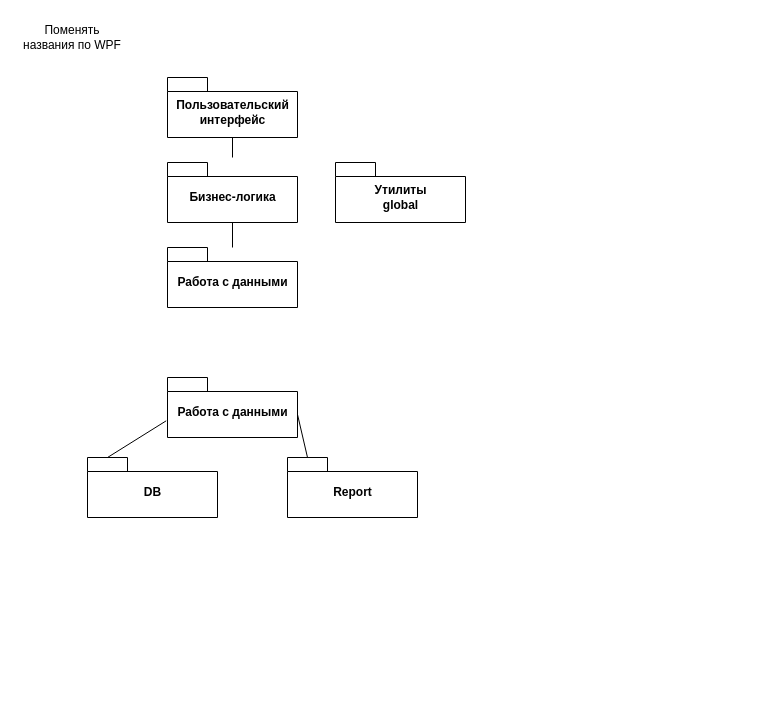
Earlier version of the draw.io diagram DOC/DiagramPackages.drawio (toshabelof/dissertation). Source tidied: cells renumbered, new cells numbered last; positions are measured from the earlier drawing's top-left corner, leaving out a move shared by most shapes. Both pictures are drawn from the tidied source at 100%, with x=0, y=0 at pixel (17, 27).
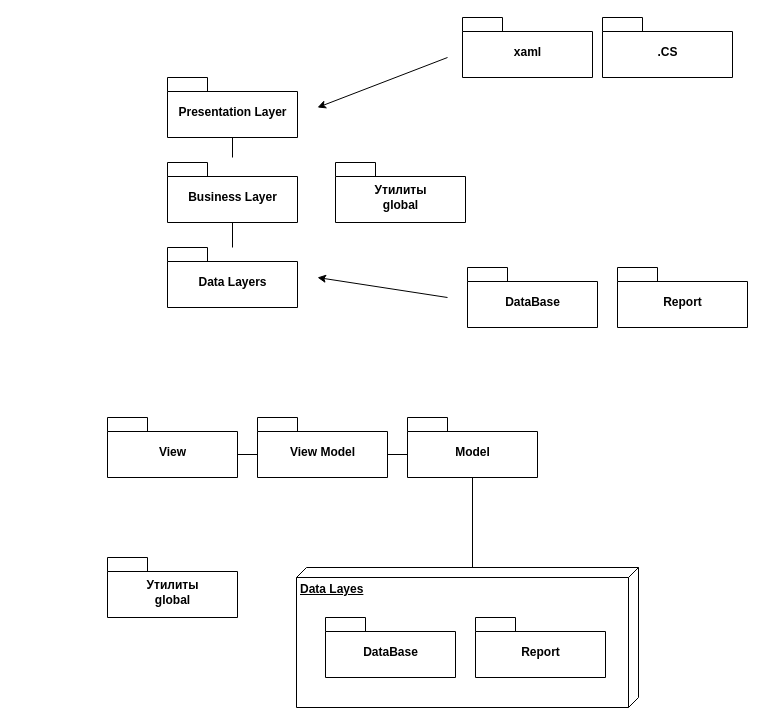
After the change.

Diff of the diagram source:
```diff
@@
-    <mxCell id="2" value="Пользовательский&lt;br&gt;интерфейс" style="shape=folder;fontStyle=1;spacingTop=10;tabWidth=40;tabHeight=14;tabPosition=left;html=1;" parent="1" vertex="1">
+    <mxCell id="2" value="Presentation Layer" style="shape=folder;fontStyle=1;spacingTop=10;tabWidth=40;tabHeight=14;tabPosition=left;html=1;" parent="1" vertex="1">
       <mxGeometry x="150" y="50" width="130" height="60" as="geometry" />
     </mxCell>
-    <mxCell id="3" value="Бизнес-логика" style="shape=folder;fontStyle=1;spacingTop=10;tabWidth=40;tabHeight=14;tabPosition=left;html=1;" parent="1" vertex="1">
+    <mxCell id="3" value="Business Layer" style="shape=folder;fontStyle=1;spacingTop=10;tabWidth=40;tabHeight=14;tabPosition=left;html=1;" parent="1" vertex="1">
       <mxGeometry x="150" y="135" width="130" height="60" as="geometry" />
     </mxCell>
-    <mxCell id="4" value="Работа с данными" style="shape=folder;fontStyle=1;spacingTop=10;tabWidth=40;tabHeight=14;tabPosition=left;html=1;" parent="1" vertex="1">
+    <mxCell id="4" value="Data Layers" style="shape=folder;fontStyle=1;spacingTop=10;tabWidth=40;tabHeight=14;tabPosition=left;html=1;" parent="1" vertex="1">
       <mxGeometry x="150" y="220" width="130" height="60" as="geometry" />
     </mxCell>
@@
-    <mxCell id="8" value="Поменять названия по WPF" style="text;html=1;strokeColor=none;fillColor=none;align=center;verticalAlign=middle;whiteSpace=wrap;rounded=0;" parent="1" vertex="1">
-      <mxGeometry width="110" height="20" as="geometry" />
-    </mxCell>
-    <mxCell id="9" value="Работа с данными" style="shape=folder;fontStyle=1;spacingTop=10;tabWidth=40;tabHeight=14;tabPosition=left;html=1;" parent="1" vertex="1">
-      <mxGeometry x="150" y="350" width="130" height="60" as="geometry" />
-    </mxCell>
-    <mxCell id="10" value="DB" style="shape=folder;fontStyle=1;spacingTop=10;tabWidth=40;tabHeight=14;tabPosition=left;html=1;" parent="1" vertex="1">
-      <mxGeometry x="70" y="430" width="130" height="60" as="geometry" />
-    </mxCell>
-    <mxCell id="11" value="Report" style="shape=folder;fontStyle=1;spacingTop=10;tabWidth=40;tabHeight=14;tabPosition=left;html=1;" parent="1" vertex="1">
-      <mxGeometry x="270" y="430" width="130" height="60" as="geometry" />
-    </mxCell>
-    <mxCell id="12" style="endArrow=none;html=1;entryX=-0.01;entryY=0.722;entryDx=0;entryDy=0;entryPerimeter=0;exitX=0;exitY=0;exitDx=20;exitDy=0;exitPerimeter=0;" parent="1" edge="1" source="10" target="9">
-      <mxGeometry relative="1" as="geometry" />
-    </mxCell>
-    <mxCell id="13" style="endArrow=none;html=1;entryX=0;entryY=0;entryDx=130;entryDy=37;entryPerimeter=0;exitX=0;exitY=0;exitDx=20;exitDy=0;exitPerimeter=0;" parent="1" edge="1" source="11" target="9">
-      <mxGeometry relative="1" as="geometry" />
-    </mxCell>
+    <mxCell id="14" value="Model" style="shape=folder;fontStyle=1;spacingTop=10;tabWidth=40;tabHeight=14;tabPosition=left;html=1;" parent="1" vertex="1">
+      <mxGeometry x="390" y="390" width="130" height="60" as="geometry" />
+    </mxCell>
+    <mxCell id="15" value="View" style="shape=folder;fontStyle=1;spacingTop=10;tabWidth=40;tabHeight=14;tabPosition=left;html=1;" parent="1" vertex="1">
+      <mxGeometry x="90" y="390" width="130" height="60" as="geometry" />
+    </mxCell>
+    <mxCell id="16" value="View Model" style="shape=folder;fontStyle=1;spacingTop=10;tabWidth=40;tabHeight=14;tabPosition=left;html=1;" parent="1" vertex="1">
+      <mxGeometry x="240" y="390" width="130" height="60" as="geometry" />
+    </mxCell>
+    <mxCell id="17" value="&lt;span style=&quot;font-weight: 700 ; text-align: center&quot;&gt;Data Layes&lt;/span&gt;" style="verticalAlign=top;align=left;spacingTop=8;spacingLeft=2;spacingRight=12;shape=cube;size=10;direction=south;fontStyle=4;html=1;" parent="1" vertex="1">
+      <mxGeometry x="279" y="540" width="342" height="140" as="geometry" />
+    </mxCell>
+    <mxCell id="18" value="DataBase" style="shape=folder;fontStyle=1;spacingTop=10;tabWidth=40;tabHeight=14;tabPosition=left;html=1;" parent="1" vertex="1">
+      <mxGeometry x="308" y="590" width="130" height="60" as="geometry" />
+    </mxCell>
+    <mxCell id="19" value="Report" style="shape=folder;fontStyle=1;spacingTop=10;tabWidth=40;tabHeight=14;tabPosition=left;html=1;" parent="1" vertex="1">
+      <mxGeometry x="458" y="590" width="130" height="60" as="geometry" />
+    </mxCell>
+    <mxCell id="20" value="Утилиты&lt;br&gt;global" style="shape=folder;fontStyle=1;spacingTop=10;tabWidth=40;tabHeight=14;tabPosition=left;html=1;" parent="1" vertex="1">
+      <mxGeometry x="90" y="530" width="130" height="60" as="geometry" />
+    </mxCell>
+    <mxCell id="21" style="endArrow=none;html=1;entryX=0;entryY=0;entryDx=130;entryDy=37;entryPerimeter=0;exitX=0;exitY=0;exitDx=0;exitDy=37;exitPerimeter=0;" parent="1" edge="1" source="14" target="16">
+      <mxGeometry relative="1" as="geometry" />
+    </mxCell>
+    <mxCell id="22" style="endArrow=none;html=1;entryX=0;entryY=0;entryDx=0;entryDy=37;entryPerimeter=0;exitX=0;exitY=0;exitDx=130;exitDy=37;exitPerimeter=0;" parent="1" edge="1" source="15" target="16">
+      <mxGeometry relative="1" as="geometry" />
+    </mxCell>
+    <mxCell id="23" style="endArrow=classic;html=1;" parent="1" edge="1">
+      <mxGeometry relative="1" as="geometry">
+        <mxPoint x="430" y="30" as="sourcePoint" />
+        <mxPoint x="300" y="80" as="targetPoint" />
+      </mxGeometry>
+    </mxCell>
+    <mxCell id="24" value="xaml" style="shape=folder;fontStyle=1;spacingTop=10;tabWidth=40;tabHeight=14;tabPosition=left;html=1;" parent="1" vertex="1">
+      <mxGeometry x="445" y="-10" width="130" height="60" as="geometry" />
+    </mxCell>
+    <mxCell id="25" value=".CS" style="shape=folder;fontStyle=1;spacingTop=10;tabWidth=40;tabHeight=14;tabPosition=left;html=1;" parent="1" vertex="1">
+      <mxGeometry x="585" y="-10" width="130" height="60" as="geometry" />
+    </mxCell>
+    <mxCell id="26" value="DataBase" style="shape=folder;fontStyle=1;spacingTop=10;tabWidth=40;tabHeight=14;tabPosition=left;html=1;" parent="1" vertex="1">
+      <mxGeometry x="450" y="240" width="130" height="60" as="geometry" />
+    </mxCell>
+    <mxCell id="27" value="Report" style="shape=folder;fontStyle=1;spacingTop=10;tabWidth=40;tabHeight=14;tabPosition=left;html=1;" parent="1" vertex="1">
+      <mxGeometry x="600" y="240" width="130" height="60" as="geometry" />
+    </mxCell>
+    <mxCell id="28" style="endArrow=classic;html=1;" parent="1" edge="1">
+      <mxGeometry relative="1" as="geometry">
+        <mxPoint x="430" y="270" as="sourcePoint" />
+        <mxPoint x="300" y="250" as="targetPoint" />
+      </mxGeometry>
+    </mxCell>
+    <mxCell id="29" style="endArrow=none;html=1;entryX=0.5;entryY=1;entryDx=0;entryDy=0;entryPerimeter=0;exitX=0;exitY=0;exitDx=0;exitDy=166;exitPerimeter=0;" parent="1" edge="1" source="17" target="14">
+      <mxGeometry relative="1" as="geometry" />
+    </mxCell>
```
